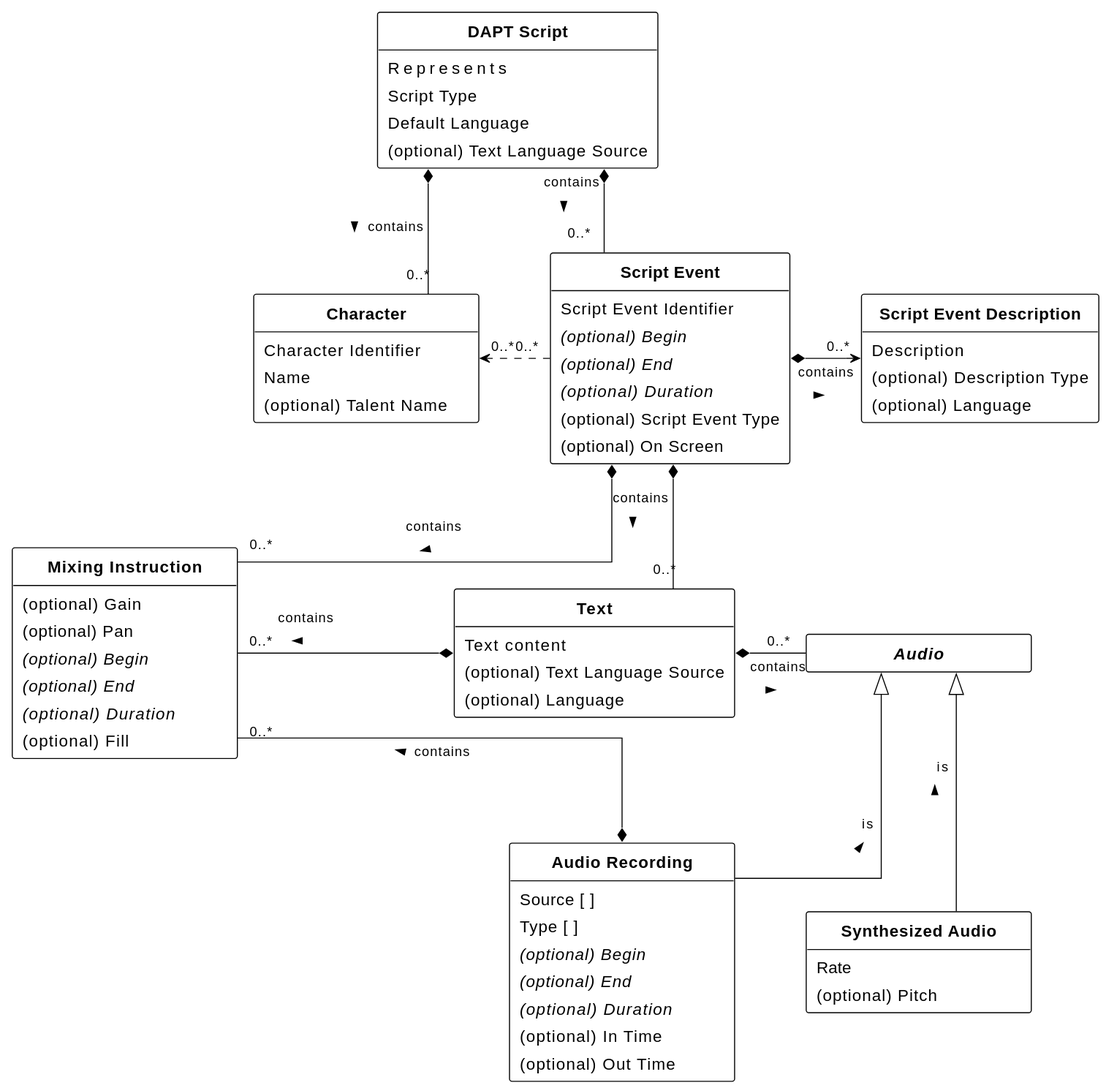
Before: figures/class-diagram.svg, a diagram exported from PlantUML (w3c/dapt).
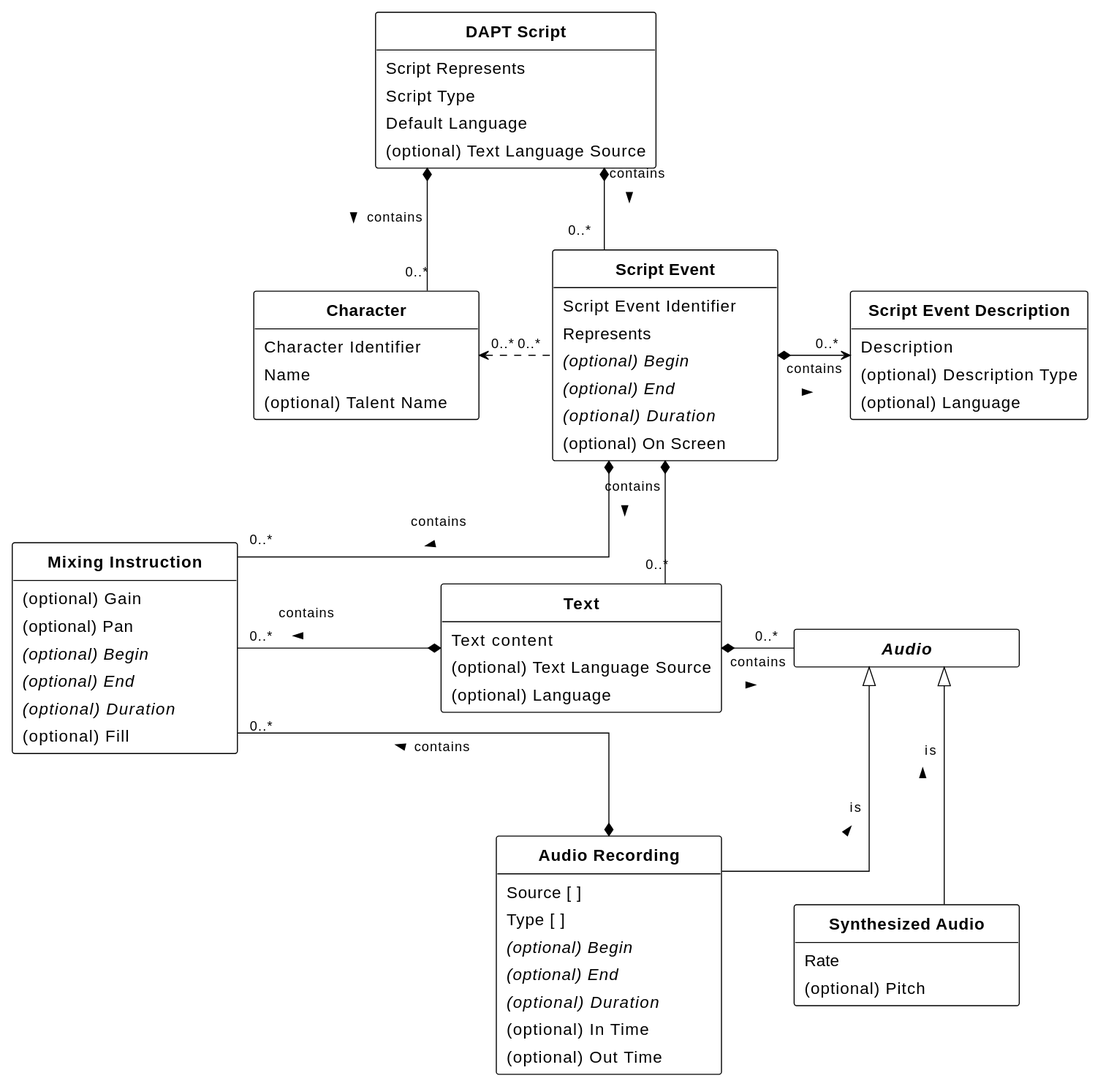
Later version of the same file.

Diff of the diagram source:
```diff
@@ -12,7 +12,7 @@
 skinparam MinClassWidth 220
 
 Class DAPTScript as "**DAPT Script**" [[#dapt-script]] {
-    Alternative For [[[#alternative-for]]]
+    Script Represents [[[#script-represents]]]
     Script Type [[[#script-type]]]
     Default Language [[[#default-language]]]
     {field} (optional) Text Language Source [[[#text-language-source]]]
@@ -27,10 +27,10 @@
 
     Class ScriptEvent as "**Script Event**" [[#script-event]] {
         Script Event Identifier [[[#dfn-script-event-identifier]]]
+        {field} Represents [[[#represents]]]
         {field} {abstract} (optional) Begin [[[#dfn-begin]]]
         {field} {abstract} (optional) End [[[#dfn-end]]]
         {field} {abstract} (optional) Duration [[[#dfn-duration]]]
-        {field} (optional) Script Event Type [[[#dfn-script-event-type]]]
         {field} (optional) On Screen [[[#on-screen]]]
     }
 
```
